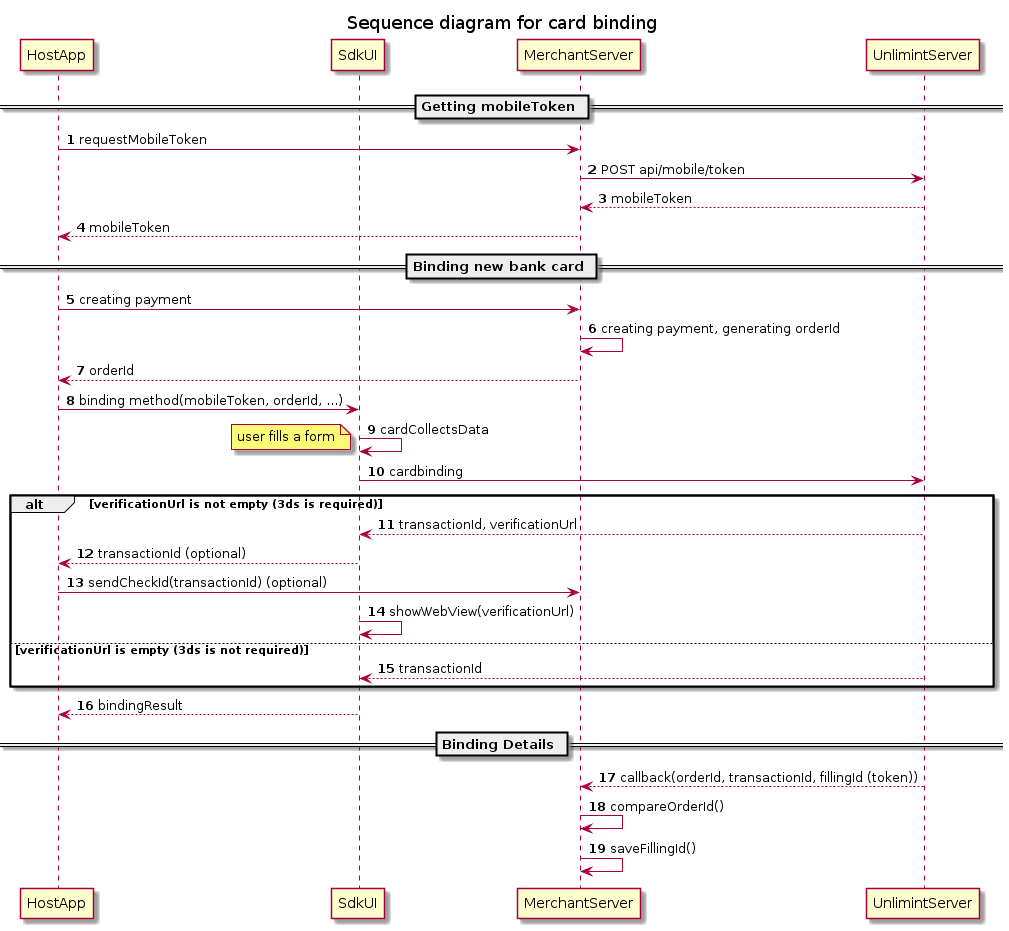
Before: guide_png/Android_UI_Interaction_Card_binding.png, a diagram exported from PlantUML (Aigul-Irgalina/personal_test).
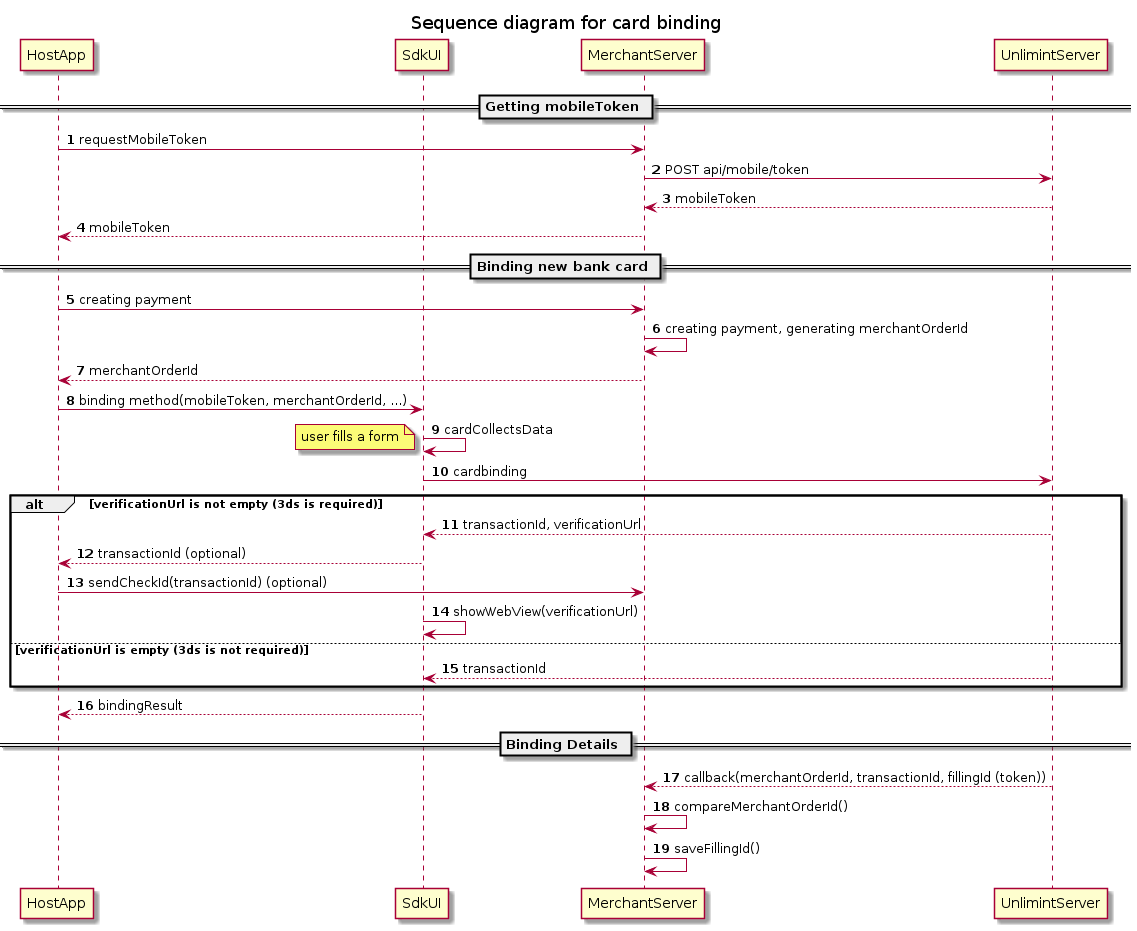
The same file after the commit.

What changed in the source:
```diff
@@ -12,9 +12,9 @@
 MerchantServer --> HostApp: mobileToken
 == Binding new bank card ==
 HostApp -> MerchantServer: creating payment
-MerchantServer -> MerchantServer: creating payment, generating orderId
-HostApp <-- MerchantServer: orderId
-HostApp -> SdkUI: binding method(mobileToken, orderId, ...)
+MerchantServer -> MerchantServer: creating payment, generating merchantOrderId
+HostApp <-- MerchantServer: merchantOrderId
+HostApp -> SdkUI: binding method(mobileToken, merchantOrderId, ...)
 SdkUI -> SdkUI: cardCollectsData
 note left: user fills a form
 SdkUI -> UnlimintServer: cardbinding
@@ -28,7 +28,7 @@
 end
 SdkUI --> HostApp: bindingResult
 == Binding Details ==
-MerchantServer <-- UnlimintServer: callback(orderId, transactionId, fillingId (token))
-MerchantServer -> MerchantServer: compareOrderId()
+MerchantServer <-- UnlimintServer: callback(merchantOrderId, transactionId, fillingId (token))
+MerchantServer -> MerchantServer: compareMerchantOrderId()
 MerchantServer -> MerchantServer: saveFillingId()
 @enduml
```
